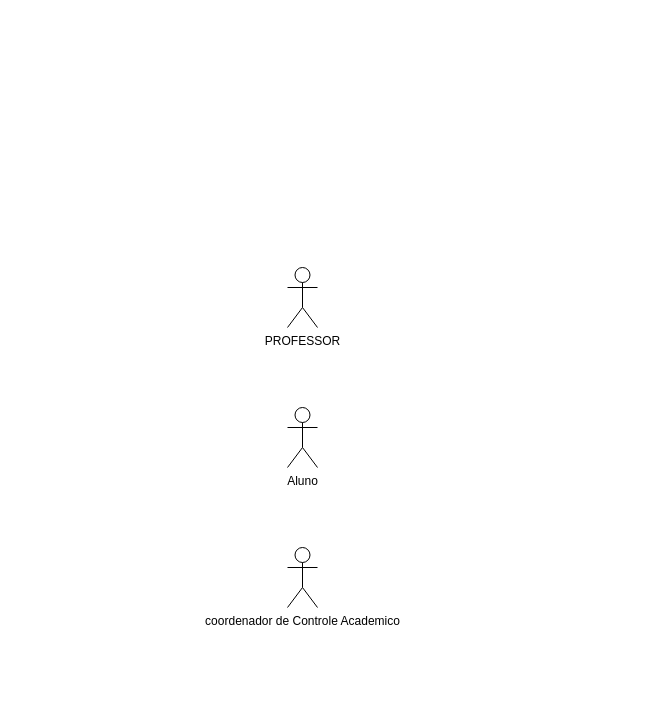
Before: Diagrama sem nome.drawio in marianasuyane/aula1, a draw.io diagram. Source tidied: cells renumbered, new cells numbered last; positions are measured from the earlier drawing's top-left corner, leaving out a move shared by most shapes. Both pictures are drawn from the tidied source at 100%, with x=0, y=0 at pixel (287, 267).
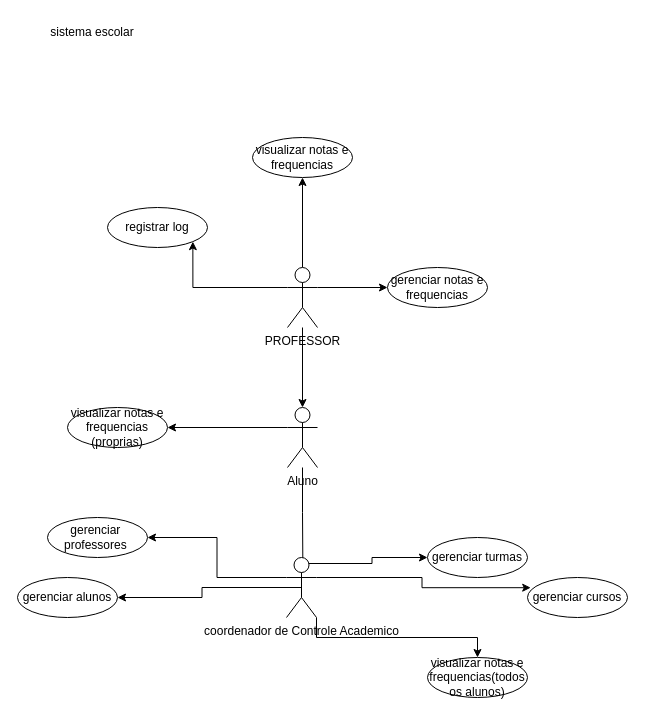
The same page after the edit.

Commit message:
atividade fernando

Unchanged cells that the change refers to:
```xml
<mxCell id="2" value="PROFESSOR" style="shape=umlActor;verticalLabelPosition=bottom;verticalAlign=top;html=1;" parent="1" vertex="1">
  <mxGeometry width="30" height="60" as="geometry" />
</mxCell>
<mxCell id="3" value="Aluno" style="shape=umlActor;verticalLabelPosition=bottom;verticalAlign=top;html=1;" parent="1" vertex="1">
  <mxGeometry y="140" width="30" height="60" as="geometry" />
</mxCell>
```

Diff of the diagram source:
```diff
@@
+    <mxCell id="5" style="edgeStyle=orthogonalEdgeStyle;rounded=0;jettySize=auto;html=1;exitX=1;exitY=0.3333333333333333;exitDx=0;exitDy=0;exitPerimeter=0;" parent="1" edge="1" source="2" target="18">
+      <mxGeometry relative="1" as="geometry" />
+    </mxCell>
+    <mxCell id="6" style="edgeStyle=orthogonalEdgeStyle;rounded=0;jettySize=auto;html=1;exitX=0;exitY=0.3333333333333333;exitDx=0;exitDy=0;exitPerimeter=0;entryX=1;entryY=1;entryDx=0;entryDy=0;" parent="1" edge="1" source="2" target="17">
+      <mxGeometry relative="1" as="geometry" />
+    </mxCell>
+    <mxCell id="7" style="edgeStyle=orthogonalEdgeStyle;rounded=0;jettySize=auto;html=1;exitX=0.5;exitY=0;exitDx=0;exitDy=0;exitPerimeter=0;" parent="1" edge="1" source="2" target="19">
+      <mxGeometry relative="1" as="geometry" />
+    </mxCell>
+    <mxCell id="8" style="edgeStyle=orthogonalEdgeStyle;rounded=0;jettySize=auto;html=1;entryX=0.5;entryY=0;entryDx=0;entryDy=0;entryPerimeter=0;" parent="1" edge="1" source="2" target="3">
+      <mxGeometry relative="1" as="geometry" />
+    </mxCell>
@@
+    <mxCell id="9" style="edgeStyle=orthogonalEdgeStyle;rounded=0;jettySize=auto;html=1;entryX=0.547;entryY=0.263;entryDx=0;entryDy=0;entryPerimeter=0;" parent="1" edge="1" source="3" target="4">
+      <mxGeometry relative="1" as="geometry" />
+    </mxCell>
+    <mxCell id="10" style="edgeStyle=orthogonalEdgeStyle;rounded=0;jettySize=auto;html=1;exitX=0;exitY=0.3333333333333333;exitDx=0;exitDy=0;exitPerimeter=0;" parent="1" edge="1" source="3" target="16">
+      <mxGeometry relative="1" as="geometry" />
+    </mxCell>
@@
+    <mxCell id="11" style="edgeStyle=orthogonalEdgeStyle;rounded=0;jettySize=auto;html=1;exitX=0;exitY=0.3333333333333333;exitDx=0;exitDy=0;exitPerimeter=0;" parent="1" edge="1" source="4" target="20">
+      <mxGeometry relative="1" as="geometry" />
+    </mxCell>
+    <mxCell id="12" style="edgeStyle=orthogonalEdgeStyle;rounded=0;jettySize=auto;html=1;exitX=0.5;exitY=0.5;exitDx=0;exitDy=0;exitPerimeter=0;" parent="1" edge="1" source="4" target="21">
+      <mxGeometry relative="1" as="geometry" />
+    </mxCell>
+    <mxCell id="13" style="edgeStyle=orthogonalEdgeStyle;rounded=0;jettySize=auto;html=1;exitX=0.75;exitY=0.1;exitDx=0;exitDy=0;exitPerimeter=0;" parent="1" edge="1" source="4" target="22">
+      <mxGeometry relative="1" as="geometry" />
+    </mxCell>
+    <mxCell id="14" style="edgeStyle=orthogonalEdgeStyle;rounded=0;jettySize=auto;html=1;exitX=1;exitY=0.3333333333333333;exitDx=0;exitDy=0;exitPerimeter=0;entryX=0.032;entryY=0.255;entryDx=0;entryDy=0;entryPerimeter=0;" parent="1" edge="1" source="4" target="23">
+      <mxGeometry relative="1" as="geometry" />
+    </mxCell>
+    <mxCell id="15" style="edgeStyle=orthogonalEdgeStyle;rounded=0;jettySize=auto;html=1;exitX=1;exitY=1;exitDx=0;exitDy=0;exitPerimeter=0;" parent="1" edge="1" source="4" target="24">
+      <mxGeometry relative="1" as="geometry" />
+    </mxCell>
     <mxCell id="4" value="coordenador de Controle Academico" style="shape=umlActor;verticalLabelPosition=bottom;verticalAlign=top;html=1;" parent="1" vertex="1">
-      <mxGeometry y="280" width="30" height="60" as="geometry" />
+      <mxGeometry x="-1" y="290" width="30" height="60" as="geometry" />
     </mxCell>
+    <mxCell id="16" value="visualizar notas e frequencias&lt;br&gt;(proprias)&lt;br&gt;" style="ellipse;whiteSpace=wrap;html=1;align=center;" parent="1" vertex="1">
+      <mxGeometry x="-220" y="140" width="100" height="40" as="geometry" />
+    </mxCell>
+    <mxCell id="17" value="registrar log" style="ellipse;whiteSpace=wrap;html=1;align=center;" parent="1" vertex="1">
+      <mxGeometry x="-180" y="-60" width="100" height="40" as="geometry" />
+    </mxCell>
+    <mxCell id="18" value="gerenciar notas e frequencias" style="ellipse;whiteSpace=wrap;html=1;align=center;" parent="1" vertex="1">
+      <mxGeometry x="100" width="100" height="40" as="geometry" />
+    </mxCell>
+    <mxCell id="19" value="visualizar notas e frequencias" style="ellipse;whiteSpace=wrap;html=1;align=center;" parent="1" vertex="1">
+      <mxGeometry x="-35" y="-130" width="100" height="40" as="geometry" />
+    </mxCell>
+    <mxCell id="20" value="gerenciar&amp;nbsp; professores&amp;nbsp;" style="ellipse;whiteSpace=wrap;html=1;align=center;" parent="1" vertex="1">
+      <mxGeometry x="-240" y="250" width="100" height="40" as="geometry" />
+    </mxCell>
+    <mxCell id="21" value="gerenciar alunos" style="ellipse;whiteSpace=wrap;html=1;align=center;" parent="1" vertex="1">
+      <mxGeometry x="-270" y="310" width="100" height="40" as="geometry" />
+    </mxCell>
+    <mxCell id="22" value="gerenciar turmas" style="ellipse;whiteSpace=wrap;html=1;align=center;" parent="1" vertex="1">
+      <mxGeometry x="140" y="270" width="100" height="40" as="geometry" />
+    </mxCell>
+    <mxCell id="23" value="gerenciar cursos" style="ellipse;whiteSpace=wrap;html=1;align=center;" parent="1" vertex="1">
+      <mxGeometry x="240" y="310" width="100" height="40" as="geometry" />
+    </mxCell>
+    <mxCell id="24" value="visualizar notas e frequencias(todos os alunos)" style="ellipse;whiteSpace=wrap;html=1;align=center;" parent="1" vertex="1">
+      <mxGeometry x="140" y="390" width="100" height="40" as="geometry" />
+    </mxCell>
+    <mxCell id="25" value="sistema escolar" style="text;html=1;strokeColor=none;fillColor=none;align=center;verticalAlign=middle;whiteSpace=wrap;rounded=0;" parent="1" vertex="1">
+      <mxGeometry x="-250" y="-250" width="110" height="30" as="geometry" />
+    </mxCell>
```
